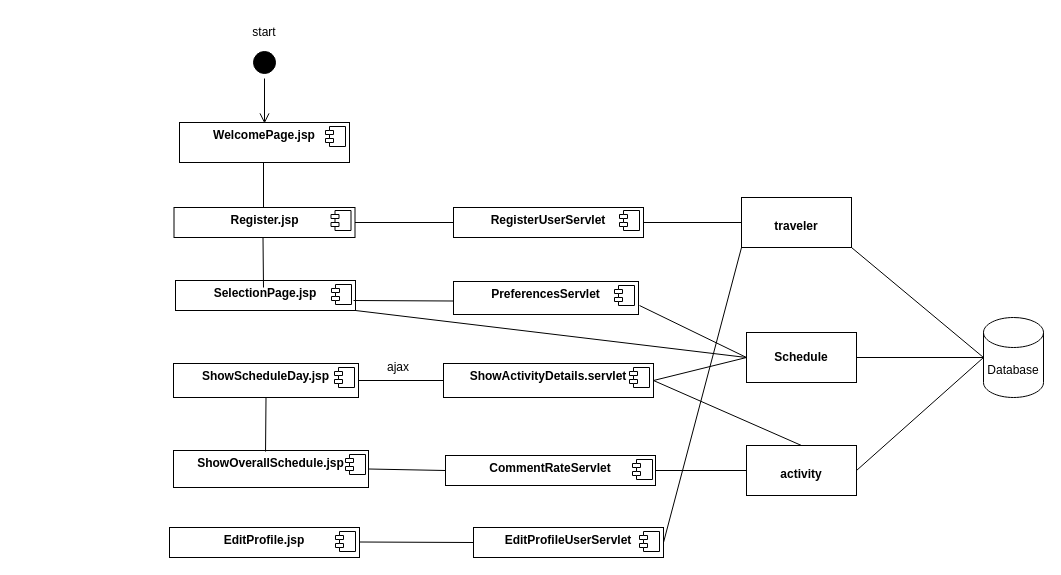
Above: Diagrams/ComponentDiagram2.drawio in EleftheriaKoutsiouri/Scheduluxe (draw.io), before the change. Source tidied: cells renumbered, new cells numbered last; positions are measured from the earlier drawing's top-left corner, leaving out a move shared by most shapes. Both pictures are drawn from the tidied source at 100%, with x=0, y=0 at pixel (17, 17).
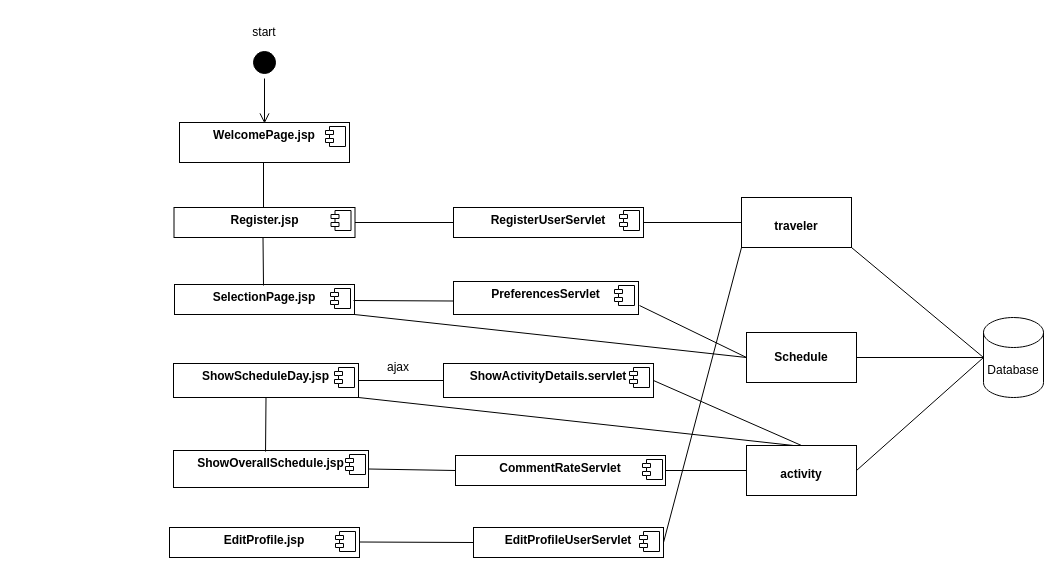
Above is the later version.

The change refers to these unchanged cells:
```xml
<mxCell id="8" value="&lt;p style=&quot;margin:0px;margin-top:6px;text-align:center;&quot;&gt;&lt;b&gt;ShowScheduleDay.jsp&lt;/b&gt;&lt;/p&gt;" style="align=left;overflow=fill;html=1;whiteSpace=wrap;" parent="1" vertex="1">
  <mxGeometry x="156" y="346" width="185" height="34" as="geometry" />
</mxCell>
<mxCell id="10" value="&lt;p style=&quot;margin:0px;margin-top:4px;text-align:center;&quot;&gt;&lt;br&gt;&lt;b&gt;Schedule&lt;/b&gt;&lt;/p&gt;" style="verticalAlign=top;align=left;overflow=fill;fontSize=12;fontFamily=Helvetica;html=1;whiteSpace=wrap;" parent="1" vertex="1">
  <mxGeometry x="729" y="315" width="110" height="50" as="geometry" />
</mxCell>
<mxCell id="13" value="&lt;p style=&quot;margin:0px;margin-top:6px;text-align:center;&quot;&gt;&lt;b&gt;ShowActivityDetails.servlet&lt;/b&gt;&lt;/p&gt;" style="align=left;overflow=fill;html=1;whiteSpace=wrap;" parent="1" vertex="1">
  <mxGeometry x="426" y="346" width="210" height="34" as="geometry" />
</mxCell>
```

What changed in the source:
```diff
@@
     <mxCell id="6" value="&lt;p style=&quot;margin:0px;margin-top:6px;text-align:center;&quot;&gt;&lt;b style=&quot;background-color: initial;&quot;&gt;SelectionPage.jsp&lt;/b&gt;&lt;/p&gt;" style="align=left;overflow=fill;html=1;whiteSpace=wrap;" parent="1" vertex="1">
-      <mxGeometry x="158" y="263" width="180" height="30" as="geometry" />
+      <mxGeometry x="157" y="267" width="180" height="30" as="geometry" />
     </mxCell>
@@
     <mxCell id="38" value="&lt;p style=&quot;margin:0px;margin-top:6px;text-align:center;&quot;&gt;&lt;b&gt;CommentRateServlet&lt;/b&gt;&lt;/p&gt;" style="align=left;overflow=fill;html=1;whiteSpace=wrap;" parent="1" vertex="1">
-      <mxGeometry x="428" y="438" width="210" height="30" as="geometry" />
+      <mxGeometry x="438" y="438" width="210" height="30" as="geometry" />
     </mxCell>
@@
-    <mxCell id="42" style="endArrow=none;html=1;rounded=0;exitX=0.5;exitY=0;exitDx=0;exitDy=0;entryX=0.5;entryY=1;entryDx=0;entryDy=0;" parent="1" edge="1">
+    <mxCell id="42" style="endArrow=none;html=1;rounded=0;entryX=0.5;entryY=1;entryDx=0;entryDy=0;" parent="1" edge="1">
       <mxGeometry relative="1" as="geometry">
-        <mxPoint x="246" y="270" as="sourcePoint" />
+        <mxPoint x="246" y="268" as="sourcePoint" />
         <mxPoint x="245.5" y="220" as="targetPoint" />
       </mxGeometry>
     </mxCell>
@@
-    <mxCell id="50" style="endArrow=none;html=1;rounded=0;exitX=0;exitY=0.5;exitDx=0;exitDy=0;entryX=1;entryY=0.5;entryDx=0;entryDy=0;" parent="1" edge="1" source="10" target="13">
-      <mxGeometry relative="1" as="geometry" />
-    </mxCell>
@@
+    <mxCell id="52" style="endArrow=none;html=1;rounded=0;exitX=1;exitY=1;exitDx=0;exitDy=0;" parent="1" edge="1" source="8">
+      <mxGeometry relative="1" as="geometry">
+        <mxPoint x="776" y="428" as="targetPoint" />
+      </mxGeometry>
+    </mxCell>
```
